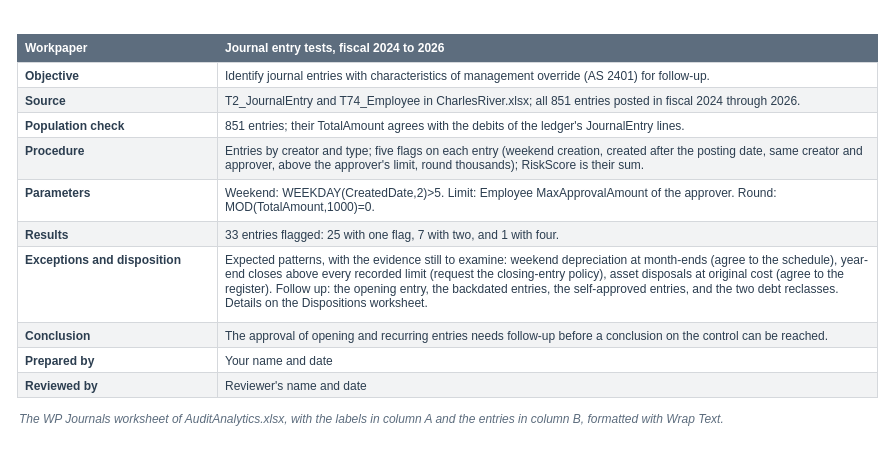
Above: visuals/src/fig-08-09-audit-workpaper.drawio in mmcodesso/Accounting_Analytics_Book (draw.io), before the change. Source tidied: cells renumbered, new cells numbered last; positions are measured from the earlier drawing's top-left corner, leaving out a move shared by most shapes. Both pictures are drawn from the tidied source at 100%, with x=0, y=0 at pixel (17, 34).
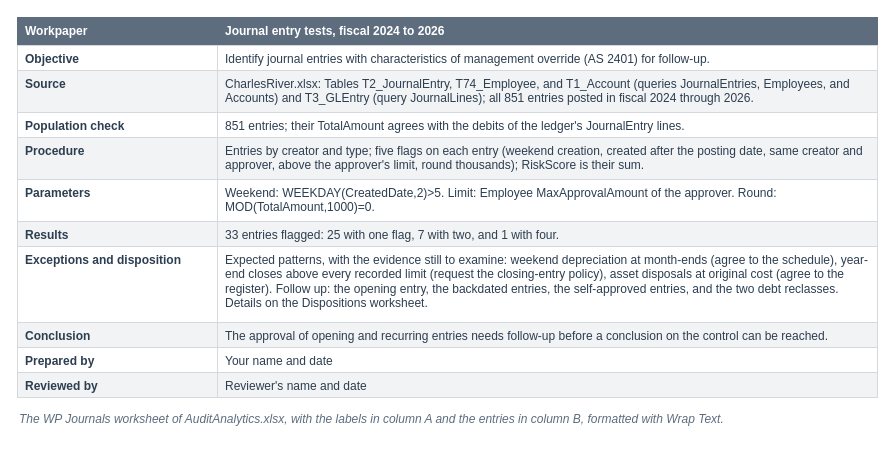
The same diagram, later.

What changed in the source:
```diff
@@
     <mxCell id="2" style="rounded=0;html=1;fillColor=none;strokeColor=none;" parent="1" vertex="1">
-      <mxGeometry width="860" height="413" as="geometry" />
+      <mxGeometry y="-17" width="860" height="430" as="geometry" />
     </mxCell>
     <mxCell id="3" value="&lt;b&gt;Workpaper&lt;/b&gt;" style="rounded=0;arcSize=6;whiteSpace=wrap;html=1;fillColor=#5D6D7E;strokeColor=#5D6D7E;strokeWidth=1;fontColor=#FFFFFF;fontSize=12;fontStyle=0;align=left;verticalAlign=middle;fontFamily=Helvetica;spacingLeft=6;spacingRight=6;" parent="1" vertex="1">
-      <mxGeometry width="200" height="28" as="geometry" />
+      <mxGeometry y="-17" width="200" height="28" as="geometry" />
     </mxCell>
     <mxCell id="4" value="&lt;b&gt;Journal entry tests, fiscal 2024 to 2026&lt;/b&gt;" style="rounded=0;arcSize=6;whiteSpace=wrap;html=1;fillColor=#5D6D7E;strokeColor=#5D6D7E;strokeWidth=1;fontColor=#FFFFFF;fontSize=12;fontStyle=0;align=left;verticalAlign=middle;fontFamily=Helvetica;spacingLeft=6;spacingRight=6;" parent="1" vertex="1">
-      <mxGeometry x="200" width="660" height="28" as="geometry" />
+      <mxGeometry x="200" y="-17" width="660" height="28" as="geometry" />
     </mxCell>
     <mxCell id="5" value="&lt;b&gt;Objective&lt;/b&gt;" style="rounded=0;arcSize=6;whiteSpace=wrap;html=1;fillColor=#FFFFFF;strokeColor=#D5D8DC;strokeWidth=1;fontColor=#2C3E50;fontSize=12;fontStyle=0;align=left;verticalAlign=top;fontFamily=Helvetica;spacingLeft=6;spacingRight=6;" parent="1" vertex="1">
-      <mxGeometry y="28" width="200" height="25" as="geometry" />
+      <mxGeometry y="11" width="200" height="25" as="geometry" />
     </mxCell>
     <mxCell id="6" value="Identify journal entries with characteristics of management override (AS 2401) for follow-up." style="rounded=0;arcSize=6;whiteSpace=wrap;html=1;fillColor=#FFFFFF;strokeColor=#D5D8DC;strokeWidth=1;fontColor=#2C3E50;fontSize=12;fontStyle=0;align=left;verticalAlign=top;fontFamily=Helvetica;spacingLeft=6;spacingRight=6;" parent="1" vertex="1">
-      <mxGeometry x="200" y="28" width="660" height="25" as="geometry" />
+      <mxGeometry x="200" y="11" width="660" height="25" as="geometry" />
     </mxCell>
     <mxCell id="7" value="&lt;b&gt;Source&lt;/b&gt;" style="rounded=0;arcSize=6;whiteSpace=wrap;html=1;fillColor=#F2F3F4;strokeColor=#D5D8DC;strokeWidth=1;fontColor=#2C3E50;fontSize=12;fontStyle=0;align=left;verticalAlign=top;fontFamily=Helvetica;spacingLeft=6;spacingRight=6;" parent="1" vertex="1">
-      <mxGeometry y="53" width="200" height="25" as="geometry" />
+      <mxGeometry y="36" width="200" height="42" as="geometry" />
     </mxCell>
-    <mxCell id="8" value="T2_JournalEntry and T74_Employee in CharlesRiver.xlsx; all 851 entries posted in fiscal 2024 through 2026." style="rounded=0;arcSize=6;whiteSpace=wrap;html=1;fillColor=#F2F3F4;strokeColor=#D5D8DC;strokeWidth=1;fontColor=#2C3E50;fontSize=12;fontStyle=0;align=left;verticalAlign=top;fontFamily=Helvetica;spacingLeft=6;spacingRight=6;" parent="1" vertex="1">
-      <mxGeometry x="200" y="53" width="660" height="25" as="geometry" />
+    <mxCell id="8" value="CharlesRiver.xlsx: Tables T2_JournalEntry, T74_Employee, and T1_Account (queries JournalEntries, Employees, and Accounts) and T3_GLEntry (query JournalLines); all 851 entries posted in fiscal 2024 through 2026." style="rounded=0;arcSize=6;whiteSpace=wrap;html=1;fillColor=#F2F3F4;strokeColor=#D5D8DC;strokeWidth=1;fontColor=#2C3E50;fontSize=12;fontStyle=0;align=left;verticalAlign=top;fontFamily=Helvetica;spacingLeft=6;spacingRight=6;" parent="1" vertex="1">
+      <mxGeometry x="200" y="36" width="660" height="42" as="geometry" />
     </mxCell>
```
